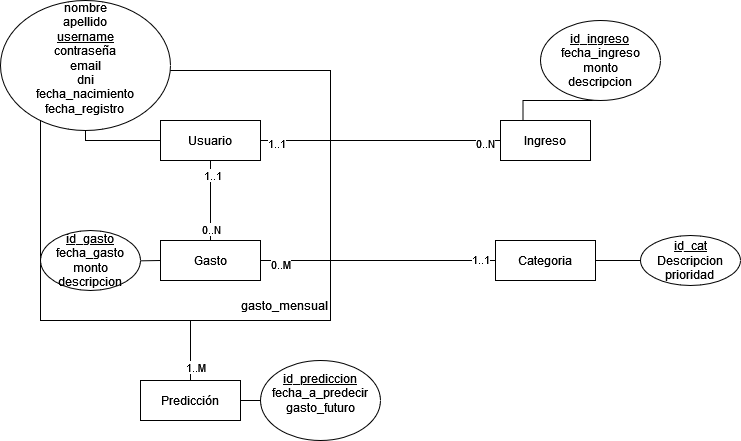
Before: aa_TPI_Finanzas/DER.drawio.png, a diagram exported from draw.io (santicinel/frro-python-2024-01). Source tidied: cells renumbered, new cells last; positions are measured from the earlier drawing's top-left corner, leaving out a move shared by most shapes.
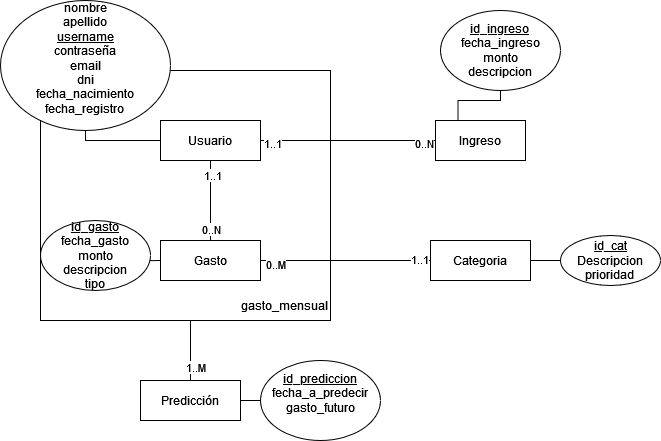
After the change.

Change to the diagram source:
```diff
@@ -41,10 +41,10 @@
       <mxGeometry relative="1" as="geometry" />
     </mxCell>
     <mxCell id="12" value="Ingreso" style="rounded=0;whiteSpace=wrap;html=1;" parent="1" vertex="1">
-      <mxGeometry x="500" y="120" width="90" height="40" as="geometry" />
+      <mxGeometry x="435" y="120" width="90" height="40" as="geometry" />
     </mxCell>
     <mxCell id="13" value="&lt;div&gt;&lt;u&gt;id_ingreso&lt;/u&gt;&lt;br&gt;&lt;/div&gt;&lt;div&gt;fecha_ingreso&lt;/div&gt;&lt;div&gt;monto&lt;/div&gt;&lt;div&gt;descripcion&lt;br&gt;&lt;/div&gt;" style="ellipse;whiteSpace=wrap;html=1;" parent="1" vertex="1">
-      <mxGeometry x="540" y="20" width="120" height="80" as="geometry" />
+      <mxGeometry x="440" y="10" width="120" height="80" as="geometry" />
     </mxCell>
     <mxCell id="14" style="edgeStyle=orthogonalEdgeStyle;rounded=0;jettySize=auto;html=1;exitX=1;exitY=0.5;exitDx=0;exitDy=0;entryX=0;entryY=0.5;entryDx=0;entryDy=0;endArrow=none;endFill=0;" parent="1" edge="1" source="17" target="24">
       <mxGeometry relative="1" as="geometry" />
@@ -63,8 +63,8 @@
         <mxPoint x="100" y="260" as="sourcePoint" />
       </mxGeometry>
     </mxCell>
-    <mxCell id="19" value="&lt;div&gt;&lt;u&gt;id_gasto&lt;/u&gt;&lt;/div&gt;&lt;div&gt;fecha_gasto&lt;/div&gt;&lt;div&gt;monto&lt;/div&gt;&lt;div&gt;descripcion&lt;br&gt;&lt;/div&gt;" style="ellipse;whiteSpace=wrap;html=1;" parent="1" vertex="1">
-      <mxGeometry x="40" y="230" width="100" height="60" as="geometry" />
+    <mxCell id="19" value="&lt;div&gt;&lt;u&gt;id_gasto&lt;/u&gt;&lt;/div&gt;&lt;div&gt;fecha_gasto&lt;/div&gt;&lt;div&gt;monto&lt;/div&gt;&lt;div&gt;descripcion&lt;/div&gt;&lt;div&gt;tipo&lt;br&gt;&lt;/div&gt;" style="ellipse;whiteSpace=wrap;html=1;" parent="1" vertex="1">
+      <mxGeometry x="40" y="220" width="110" height="70" as="geometry" />
     </mxCell>
     <mxCell id="20" style="edgeStyle=orthogonalEdgeStyle;rounded=0;jettySize=auto;html=1;exitX=0.5;exitY=1;exitDx=0;exitDy=0;entryX=0.5;entryY=0;entryDx=0;entryDy=0;endArrow=none;endFill=0;" parent="1" edge="1" source="8" target="17">
       <mxGeometry relative="1" as="geometry" />
@@ -79,10 +79,10 @@
       <mxGeometry relative="1" as="geometry" />
     </mxCell>
     <mxCell id="24" value="Categoria" style="rounded=0;whiteSpace=wrap;html=1;" parent="1" vertex="1">
-      <mxGeometry x="495" y="240" width="100" height="40" as="geometry" />
+      <mxGeometry x="430" y="240" width="100" height="40" as="geometry" />
     </mxCell>
     <mxCell id="25" value="&lt;div&gt;&lt;u&gt;id_cat&lt;/u&gt;&lt;/div&gt;&lt;div&gt;Descripcion&lt;/div&gt;&lt;div&gt;prioridad&lt;br&gt;&lt;/div&gt;" style="ellipse;whiteSpace=wrap;html=1;" parent="1" vertex="1">
-      <mxGeometry x="640" y="235" width="100" height="50" as="geometry" />
+      <mxGeometry x="560" y="235" width="100" height="50" as="geometry" />
     </mxCell>
     <mxCell id="26" style="edgeStyle=orthogonalEdgeStyle;rounded=0;jettySize=auto;html=1;exitX=1;exitY=0.5;exitDx=0;exitDy=0;entryX=0;entryY=0.5;entryDx=0;entryDy=0;endArrow=none;endFill=0;" parent="1" edge="1" source="27" target="28">
       <mxGeometry relative="1" as="geometry" />
```
